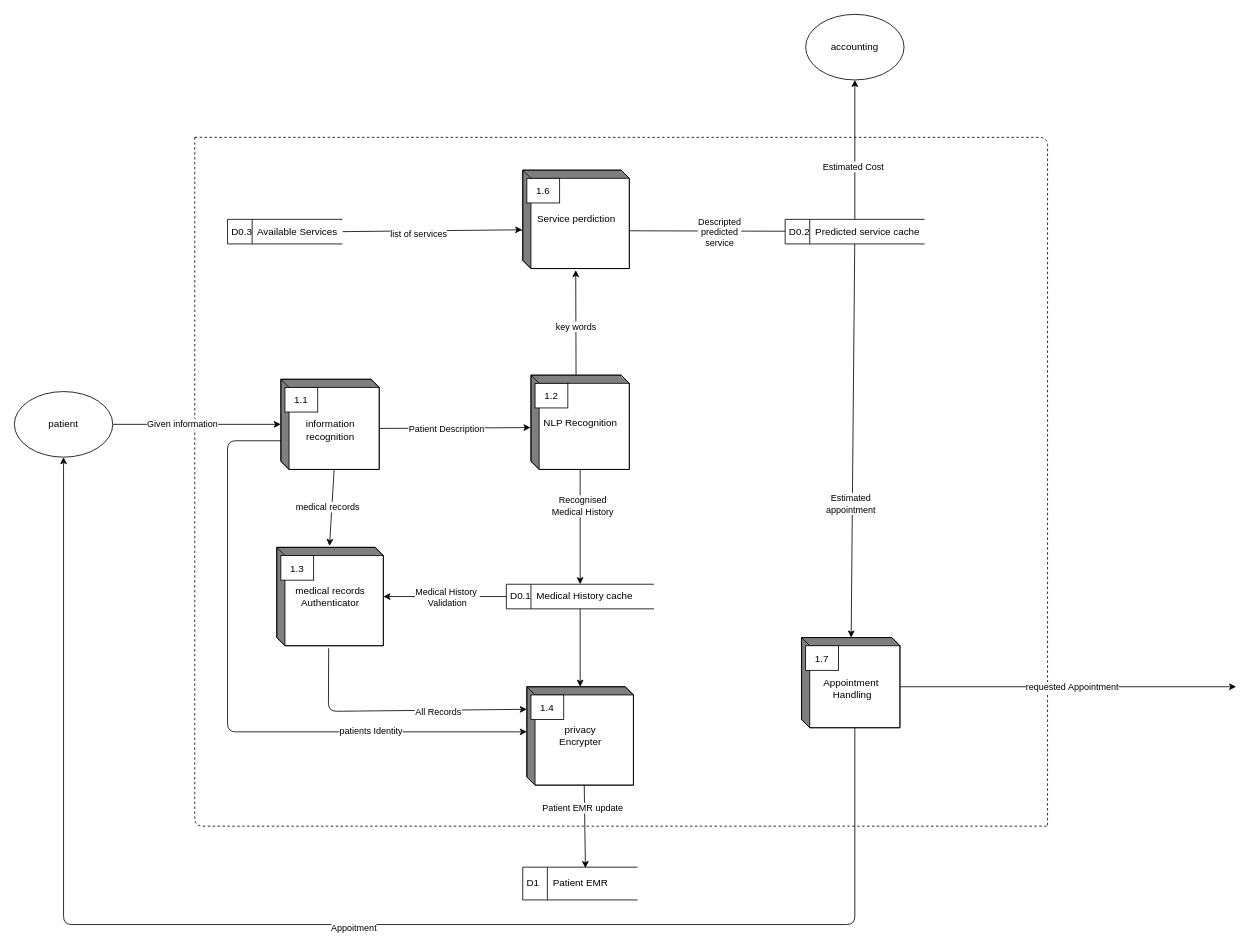
The draw.io diagram leveltwoDFD.drawio in srssina/Healthcare_Database_system, before the edit. Source tidied: cells renumbered, new cells numbered last; positions are measured from the earlier drawing's top-left corner, leaving out a move shared by most shapes. Both pictures are drawn from the tidied source at 82%, with x=0, y=0 at pixel (14, 14).
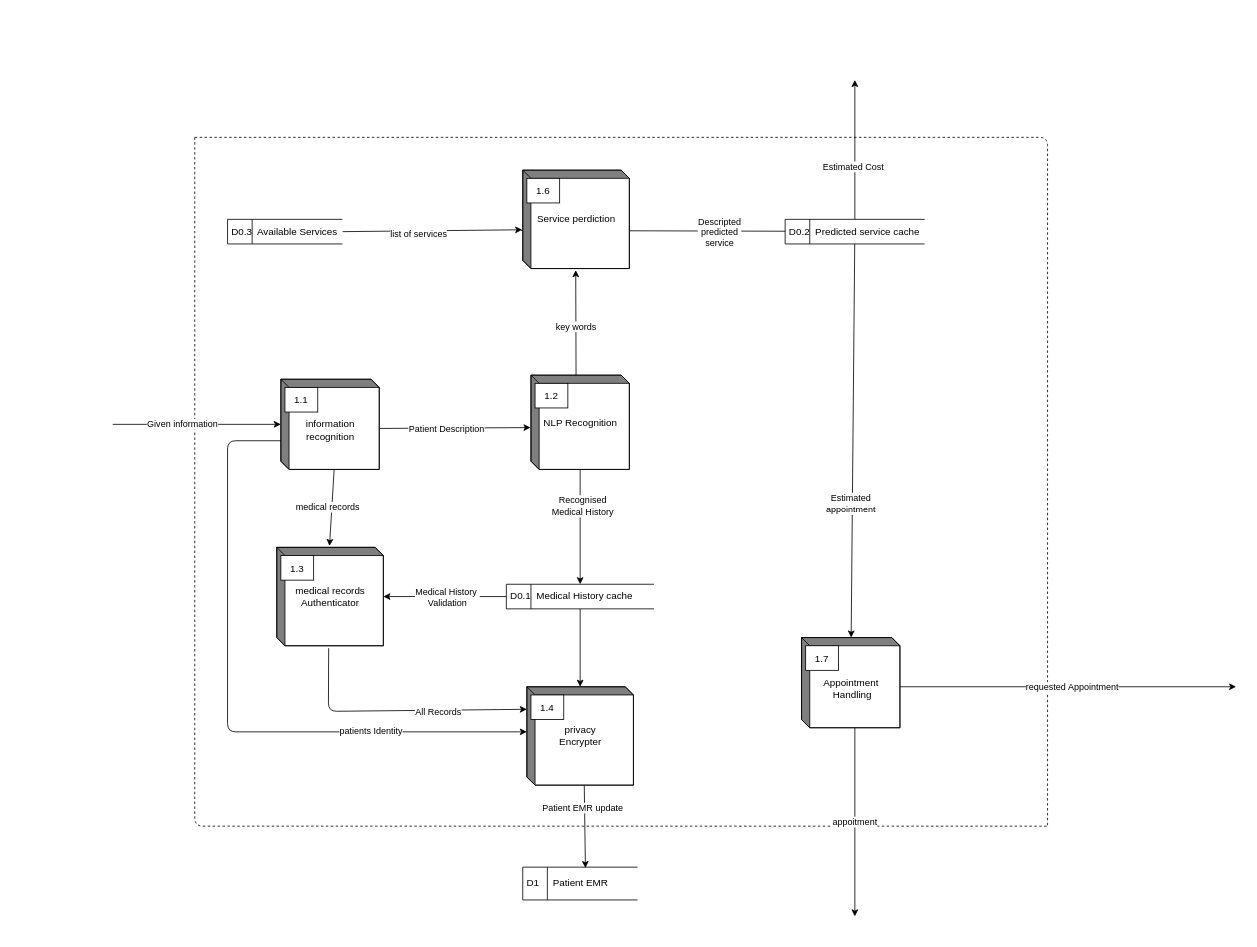
Above is the later version.

The change refers to these unchanged cells:
```xml
<mxCell id="13" value="&lt;br&gt;information&lt;br&gt;recognition" style="html=1;dashed=0;whitespace=wrap;shape=mxgraph.dfd.externalEntity;" parent="1" vertex="1">
  <mxGeometry x="325" y="445" width="120" height="110" as="geometry" />
</mxCell>
<mxCell id="41" value="D0.2&amp;nbsp; Predicted service cache" style="html=1;dashed=0;whitespace=wrap;shape=mxgraph.dfd.dataStoreID;align=left;spacingLeft=3;points=[[0,0],[0.5,0],[1,0],[0,0.5],[1,0.5],[0,1],[0.5,1],[1,1]];" parent="1" vertex="1">
  <mxGeometry x="940" y="250" width="170" height="30" as="geometry" />
</mxCell>
<mxCell id="51" value="&lt;br&gt;Appointment&lt;br&gt;&amp;nbsp;Handling" style="html=1;dashed=0;whitespace=wrap;shape=mxgraph.dfd.externalEntity;" parent="1" vertex="1">
  <mxGeometry x="960" y="760" width="120" height="110" as="geometry" />
</mxCell>
```

Change to the diagram source:
```diff
@@
-    <mxCell id="4" value="accounting" style="ellipse;whiteSpace=wrap;html=1;" parent="1" vertex="1">
-      <mxGeometry x="965" width="120" height="80" as="geometry" />
-    </mxCell>
-    <mxCell id="5" style="edgeStyle=none;html=1;exitX=1;exitY=0.5;exitDx=0;exitDy=0;" parent="1" edge="1" source="7" target="13">
-      <mxGeometry relative="1" as="geometry" />
+    <mxCell id="5" style="edgeStyle=none;html=1;exitX=1;exitY=0.5;exitDx=0;exitDy=0;" parent="1" edge="1" target="13">
+      <mxGeometry relative="1" as="geometry">
+        <mxPoint x="120" y="500" as="sourcePoint" />
+      </mxGeometry>
     </mxCell>
@@
-    <mxCell id="7" value="patient" style="ellipse;whiteSpace=wrap;html=1;" parent="1" vertex="1">
-      <mxGeometry y="460" width="120" height="80" as="geometry" />
-    </mxCell>
@@
-    <mxCell id="37" style="edgeStyle=none;html=1;entryX=0.5;entryY=1;entryDx=0;entryDy=0;exitX=0.5;exitY=0;exitDx=0;exitDy=0;" parent="1" edge="1" source="41" target="4">
-      <mxGeometry relative="1" as="geometry" />
+    <mxCell id="37" style="edgeStyle=none;html=1;entryX=0.5;entryY=1;entryDx=0;entryDy=0;exitX=0.5;exitY=0;exitDx=0;exitDy=0;" parent="1" edge="1" source="41">
+      <mxGeometry relative="1" as="geometry">
+        <mxPoint x="1025" y="80" as="targetPoint" />
+      </mxGeometry>
     </mxCell>
@@
-    <mxCell id="49" style="edgeStyle=none;html=1;exitX=0;exitY=0;exitDx=65;exitDy=110;exitPerimeter=0;entryX=0.5;entryY=1;entryDx=0;entryDy=0;" parent="1" edge="1" source="51" target="7">
-      <mxGeometry relative="1" as="geometry">
-        <Array as="points">
-          <mxPoint x="1025" y="1110" />
-          <mxPoint x="60" y="1110" />
-        </Array>
-      </mxGeometry>
-    </mxCell>
-    <mxCell id="50" value="Appoitment" style="edgeLabel;html=1;align=center;verticalAlign=middle;" parent="49" vertex="1">
-      <mxGeometry x="-0.04" y="3" relative="1" as="geometry" />
+    <mxCell id="50" value="appoitment" style="edgeStyle=none;html=1;exitX=0;exitY=0;exitDx=65;exitDy=110;exitPerimeter=0;" parent="1" edge="1" source="51">
+      <mxGeometry relative="1" as="geometry">
+        <mxPoint x="1025" y="1100" as="targetPoint" />
+      </mxGeometry>
     </mxCell>
```
